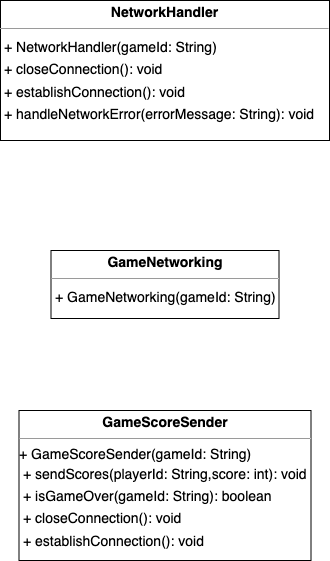
This is iteration1_deliverables/class_structure_diagrams/GameScoreSender_structure.png from SarimEkram/Multiplayer-Board-platform, a draw.io export, as it was before one commit. Source tidied: cells renumbered, new cells last; positions are measured from the earlier drawing's top-left corner, leaving out a move shared by most shapes.
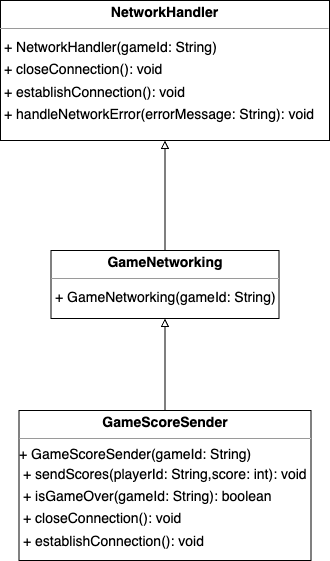
The same file after the commit.

Commit message:
created class structure diagram for GameScoreSender

What changed in the source:
```diff
@@ -2,19 +2,27 @@
   <root>
     <mxCell id="0" />
     <mxCell id="1" parent="0" />
+    <mxCell id="7" style="edgeStyle=orthogonalEdgeStyle;rounded=0;jettySize=auto;html=1;exitX=0.5;exitY=0;exitDx=0;exitDy=0;entryX=0.5;entryY=1;entryDx=0;entryDy=0;endArrow=block;endFill=0;" parent="1" edge="1" source="2" target="4">
+      <mxGeometry relative="1" as="geometry" />
+    </mxCell>
     <mxCell id="2" value="&lt;p style=&quot;margin:0px;margin-top:4px;text-align:center;&quot;&gt;&lt;b&gt;GameNetworking&lt;/b&gt;&lt;/p&gt;&lt;hr size=&quot;1&quot;&gt;&lt;p style=&quot;margin:0 0 0 4px;line-height:1.6;&quot;&gt;+ GameNetworking(gameId: String)&lt;/p&gt;" style="verticalAlign=top;align=left;overflow=fill;fontSize=14;fontFamily=Helvetica;html=1;rounded=0;shadow=0;comic=0;labelBackgroundColor=none;strokeWidth=1;" parent="1" vertex="1">
       <mxGeometry x="50.5" y="250" width="228" height="68" as="geometry" />
     </mxCell>
+    <mxCell id="8" style="edgeStyle=orthogonalEdgeStyle;rounded=0;jettySize=auto;html=1;exitX=0.5;exitY=0;exitDx=0;exitDy=0;entryX=0.5;entryY=1;entryDx=0;entryDy=0;endArrow=block;endFill=0;" parent="1" edge="1" source="3" target="2">
+      <mxGeometry relative="1" as="geometry" />
+    </mxCell>
     <mxCell id="3" value="&lt;p style=&quot;margin:0px;margin-top:4px;text-align:center;&quot;&gt;&lt;b&gt;GameScoreSender&lt;/b&gt;&lt;/p&gt;&lt;hr size=&quot;1&quot;&gt;+ GameScoreSender(gameId: String)&amp;nbsp;&lt;p style=&quot;margin:0 0 0 4px;line-height:1.6;&quot;&gt;+ sendScores(playerId: String,score: int): void&lt;br&gt;+ isGameOver(gameId: String): boolean&lt;br&gt;+ closeConnection(): void&lt;br&gt;+ establishConnection(): void&lt;/p&gt;" style="verticalAlign=top;align=left;overflow=fill;fontSize=14;fontFamily=Helvetica;html=1;rounded=0;shadow=0;comic=0;labelBackgroundColor=none;strokeWidth=1;" parent="1" vertex="1">
       <mxGeometry x="18.5" y="410" width="292" height="150" as="geometry" />
     </mxCell>
     <mxCell id="4" value="&lt;p style=&quot;margin:0px;margin-top:4px;text-align:center;&quot;&gt;&lt;b&gt;NetworkHandler&lt;/b&gt;&lt;/p&gt;&lt;hr size=&quot;1&quot;&gt;&lt;p style=&quot;margin:0 0 0 4px;line-height:1.6;&quot;&gt;+ NetworkHandler(gameId: String)&lt;br&gt;&lt;/p&gt;&lt;p style=&quot;margin:0 0 0 4px;line-height:1.6;&quot;&gt;+ closeConnection(): void&lt;/p&gt;&lt;p style=&quot;margin:0 0 0 4px;line-height:1.6;&quot;&gt;+ establishConnection(): void&lt;br&gt;+ handleNetworkError(errorMessage: String): void&lt;/p&gt;" style="verticalAlign=top;align=left;overflow=fill;fontSize=14;fontFamily=Helvetica;html=1;rounded=0;shadow=0;comic=0;labelBackgroundColor=none;strokeWidth=1;" parent="1" vertex="1">
       <mxGeometry width="329" height="140" as="geometry" />
     </mxCell>
-    <mxCell id="5" style="html=1;rounded=0;dashed=0;startArrow=none;endArrow=block;endSize=12;strokeColor=light-dark(#000000, #ddddff);exitX=0.500;exitY=0.001;exitDx=0;exitDy=0;entryX=0.500;entryY=1.000;entryDx=0;entryDy=0;edgeStyle=orthogonalEdgeStyle;curved=0;endFill=0;" parent="1" edge="1" source="2" target="4">
-      <mxGeometry relative="1" as="geometry" />
+    <mxCell id="5" style="html=1;rounded=0;dashed=0;startArrow=none;endArrow=block;endSize=12;strokeColor=light-dark(#000000, #ddddff);exitX=0.500;exitY=0.001;exitDx=0;exitDy=0;edgeStyle=orthogonalEdgeStyle;curved=0;endFill=0;" parent="1" edge="1" source="2">
+      <mxGeometry relative="1" as="geometry">
+        <mxPoint x="199" y="160" as="targetPoint" />
+      </mxGeometry>
     </mxCell>
-    <mxCell id="6" style="html=1;rounded=0;dashed=0;startArrow=none;endArrow=block;endSize=12;strokeColor=light-dark(#000000, #ddddff);exitX=0.500;exitY=0.000;exitDx=0;exitDy=0;entryX=0.5;entryY=1;entryDx=0;entryDy=0;edgeStyle=orthogonalEdgeStyle;curved=0;endFill=0;" parent="1" edge="1" source="3" target="2">
+    <mxCell id="6" style="html=1;rounded=0;dashed=0;startArrow=none;endArrow=none;endSize=12;strokeColor=light-dark(#000000, #ddddff);exitX=0.500;exitY=0.000;exitDx=0;exitDy=0;entryX=0.5;entryY=1;entryDx=0;entryDy=0;edgeStyle=orthogonalEdgeStyle;curved=0;endFill=0;" parent="1" edge="1" source="3" target="2">
       <mxGeometry relative="1" as="geometry" />
     </mxCell>
   </root>
```
